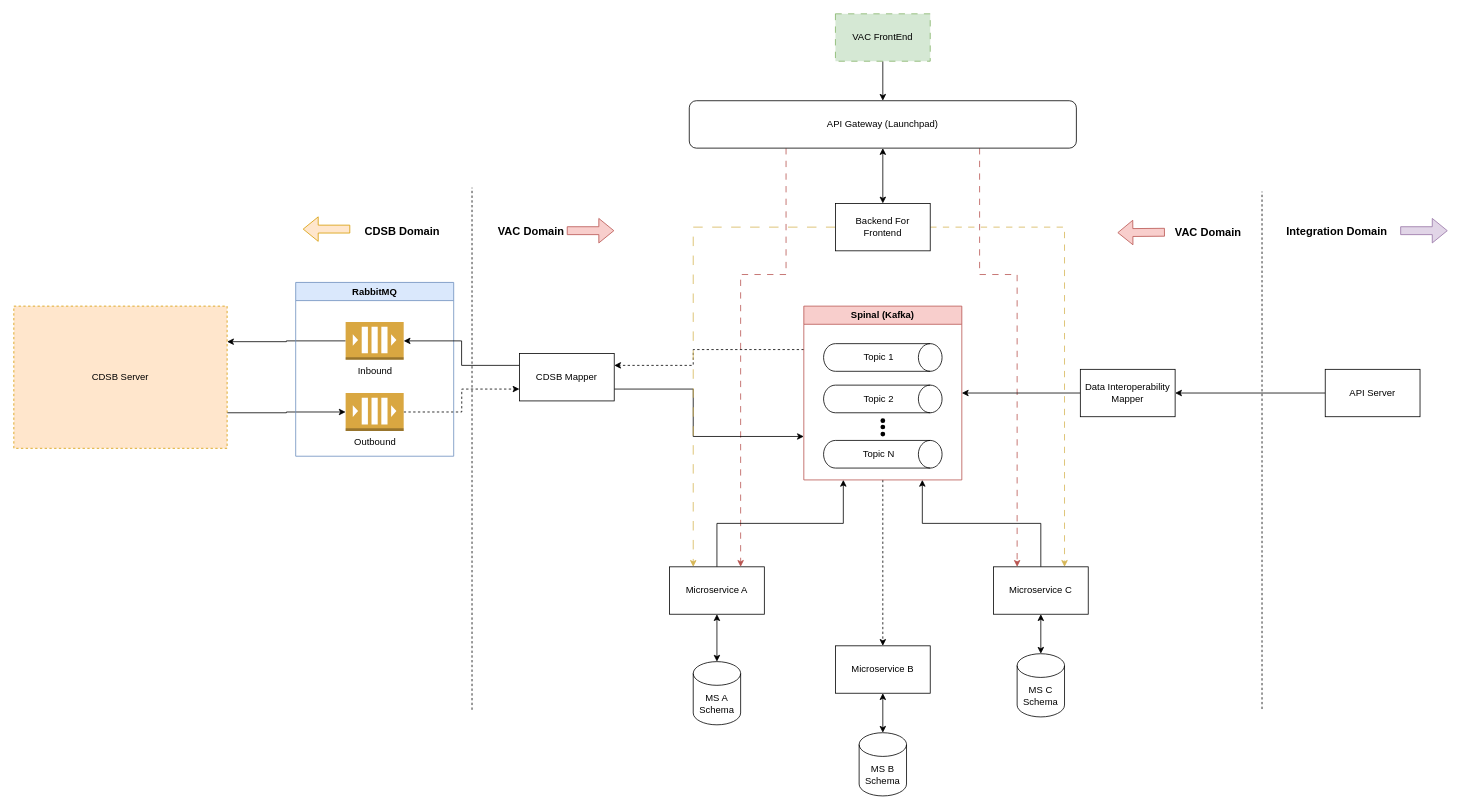
This is VAC NextGen.drawio from ez-philips/draw_io_diagrams, a draw.io file, before an edit. Source tidied: cells renumbered, new cells numbered last; positions are measured from the earlier drawing's top-left corner, leaving out a move shared by most shapes. Both pictures are drawn from the tidied source at 79%, with x=0, y=0 at pixel (13, 13).
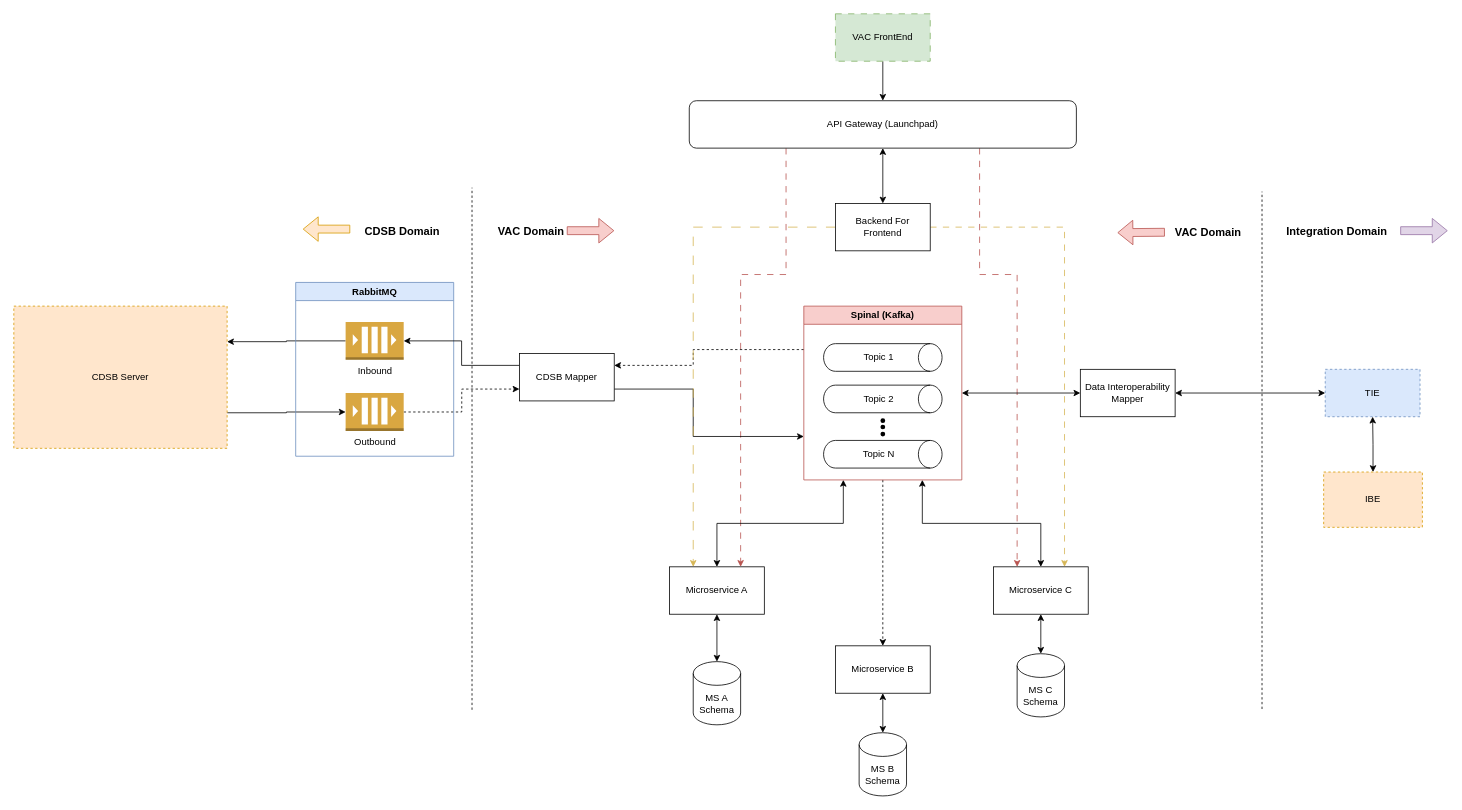
Above is the later version.

Unchanged cells that the change refers to:
```xml
<mxCell id="21" value="Spinal (Kafka)" style="swimlane;whiteSpace=wrap;html=1;fillColor=#f8cecc;strokeColor=#b85450;" parent="1" vertex="1">
  <mxGeometry x="1000" y="370" width="200" height="220" as="geometry" />
</mxCell>
<mxCell id="42" value="Microservice A" style="rounded=0;whiteSpace=wrap;html=1;" parent="1" vertex="1">
  <mxGeometry x="830" y="700" width="120" height="60" as="geometry" />
</mxCell>
<mxCell id="47" value="Microservice C" style="rounded=0;whiteSpace=wrap;html=1;" parent="1" vertex="1">
  <mxGeometry x="1240" y="700" width="120" height="60" as="geometry" />
</mxCell>
<mxCell id="60" value="Data Interoperability Mapper" style="rounded=0;whiteSpace=wrap;html=1;" parent="1" vertex="1">
  <mxGeometry x="1350" y="450" width="120" height="60" as="geometry" />
</mxCell>
```

Change to the diagram source:
```diff
@@
-    <mxCell id="40" style="edgeStyle=orthogonalEdgeStyle;rounded=0;jettySize=auto;html=1;entryX=0.25;entryY=1;entryDx=0;entryDy=0;exitX=0.5;exitY=0;exitDx=0;exitDy=0;" parent="1" edge="1" source="42" target="21">
+    <mxCell id="40" style="edgeStyle=orthogonalEdgeStyle;rounded=0;jettySize=auto;html=1;entryX=0.25;entryY=1;entryDx=0;entryDy=0;exitX=0.5;exitY=0;exitDx=0;exitDy=0;startArrow=classic;startFill=1;" parent="1" edge="1" source="42" target="21">
       <mxGeometry relative="1" as="geometry" />
     </mxCell>
@@
-    <mxCell id="45" style="edgeStyle=orthogonalEdgeStyle;rounded=0;jettySize=auto;html=1;entryX=0.75;entryY=1;entryDx=0;entryDy=0;exitX=0.5;exitY=0;exitDx=0;exitDy=0;" parent="1" edge="1" source="47" target="21">
+    <mxCell id="45" style="edgeStyle=orthogonalEdgeStyle;rounded=0;jettySize=auto;html=1;entryX=0.75;entryY=1;entryDx=0;entryDy=0;exitX=0.5;exitY=0;exitDx=0;exitDy=0;startArrow=classic;startFill=1;" parent="1" edge="1" source="47" target="21">
       <mxGeometry relative="1" as="geometry" />
     </mxCell>
@@
-    <mxCell id="57" style="edgeStyle=orthogonalEdgeStyle;rounded=0;jettySize=auto;html=1;entryX=1;entryY=0.5;entryDx=0;entryDy=0;" parent="1" edge="1" source="58" target="60">
+    <mxCell id="57" style="edgeStyle=orthogonalEdgeStyle;rounded=0;jettySize=auto;html=1;entryX=1;entryY=0.5;entryDx=0;entryDy=0;startArrow=classic;startFill=1;" parent="1" edge="1" source="58" target="60">
       <mxGeometry relative="1" as="geometry" />
     </mxCell>
-    <mxCell id="58" value="API Server" style="rounded=0;whiteSpace=wrap;html=1;" parent="1" vertex="1">
+    <mxCell id="58" value="TIE" style="rounded=0;whiteSpace=wrap;html=1;fillColor=#dae8fc;strokeColor=#6c8ebf;dashed=1;" parent="1" vertex="1">
       <mxGeometry x="1660" y="450" width="120" height="60" as="geometry" />
     </mxCell>
-    <mxCell id="59" style="edgeStyle=orthogonalEdgeStyle;rounded=0;jettySize=auto;html=1;entryX=1;entryY=0.5;entryDx=0;entryDy=0;" parent="1" edge="1" source="60" target="21">
+    <mxCell id="59" style="edgeStyle=orthogonalEdgeStyle;rounded=0;jettySize=auto;html=1;entryX=1;entryY=0.5;entryDx=0;entryDy=0;startArrow=classic;startFill=1;" parent="1" edge="1" source="60" target="21">
       <mxGeometry relative="1" as="geometry" />
     </mxCell>
@@
+    <mxCell id="64" style="edgeStyle=orthogonalEdgeStyle;rounded=0;jettySize=auto;html=1;entryX=0.5;entryY=1;entryDx=0;entryDy=0;startArrow=classic;startFill=1;" parent="1" edge="1" source="65" target="58">
+      <mxGeometry relative="1" as="geometry" />
+    </mxCell>
+    <mxCell id="65" value="IBE" style="rounded=0;whiteSpace=wrap;html=1;dashed=1;fillColor=#ffe6cc;strokeColor=#d79b00;" parent="1" vertex="1">
+      <mxGeometry x="1658" y="580" width="125" height="70" as="geometry" />
+    </mxCell>
```
